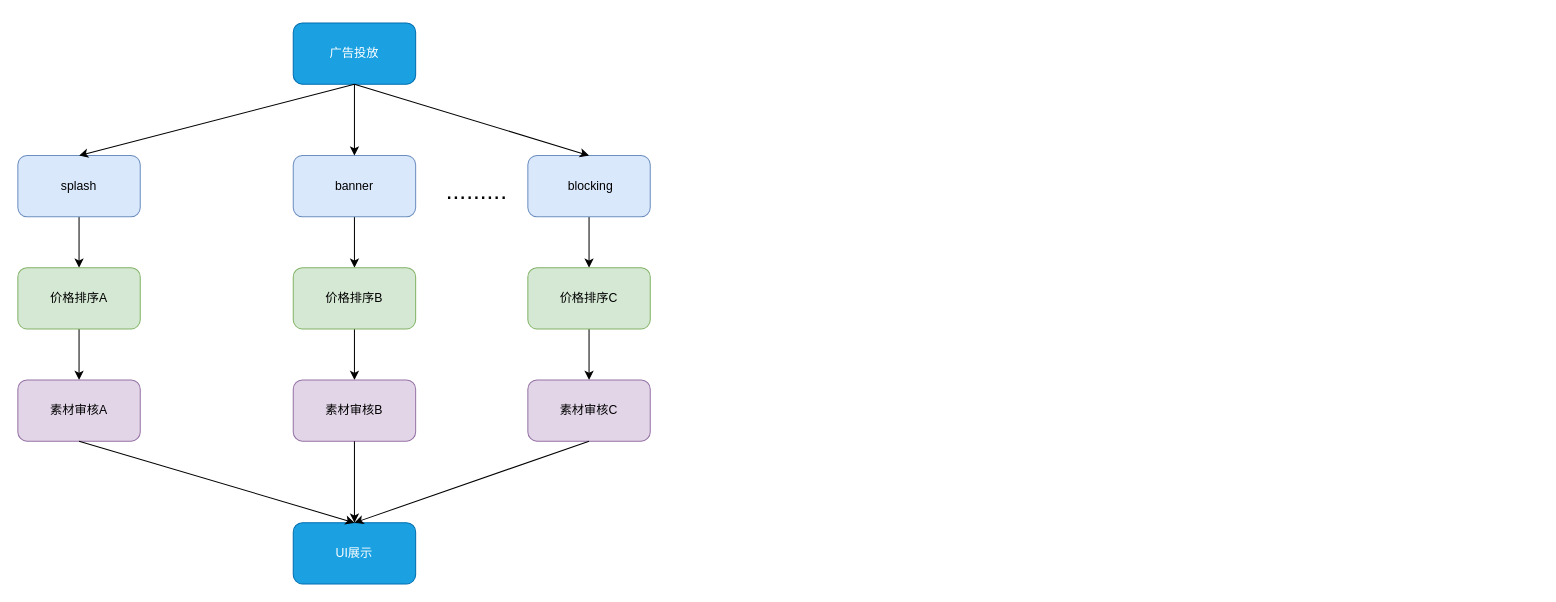
The draw.io diagram moji/商业化竞价核心逻辑.drawio in HengqianSong/drawIO, before the edit. Source tidied: cells renumbered, new cells numbered last; positions are measured from the earlier drawing's top-left corner, leaving out a move shared by most shapes. Both pictures are drawn from the tidied source at 102%, with x=0, y=0 at pixel (17, 22).
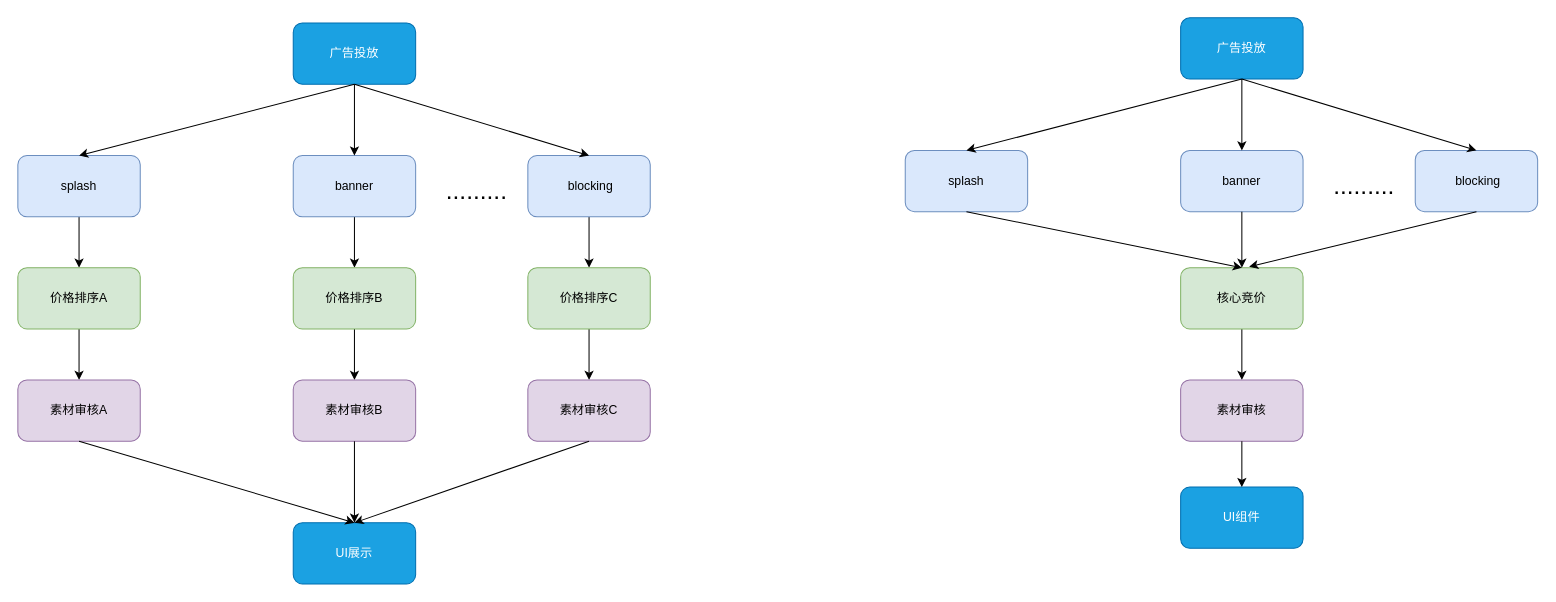
Above is the later version.

Commit message:
更新商业化竞价核心逻辑.drawio

Change to the diagram source:
```diff
@@
+    <mxCell id="26" value="广告投放" style="rounded=1;whiteSpace=wrap;html=1;fillColor=#1ba1e2;fontColor=#ffffff;strokeColor=#006EAF;" parent="1" vertex="1">
+      <mxGeometry x="1140" y="-5" width="120" height="60" as="geometry" />
+    </mxCell>
+    <mxCell id="27" value="splash" style="rounded=1;whiteSpace=wrap;html=1;fillColor=#dae8fc;strokeColor=#6c8ebf;" parent="1" vertex="1">
+      <mxGeometry x="870" y="125" width="120" height="60" as="geometry" />
+    </mxCell>
+    <mxCell id="28" value="banner" style="rounded=1;whiteSpace=wrap;html=1;fillColor=#dae8fc;strokeColor=#6c8ebf;" parent="1" vertex="1">
+      <mxGeometry x="1140" y="125" width="120" height="60" as="geometry" />
+    </mxCell>
+    <mxCell id="29" value="&amp;nbsp;blocking" style="rounded=1;whiteSpace=wrap;html=1;fillColor=#dae8fc;strokeColor=#6c8ebf;" parent="1" vertex="1">
+      <mxGeometry x="1370" y="125" width="120" height="60" as="geometry" />
+    </mxCell>
+    <mxCell id="30" style="endArrow=classic;html=1;rounded=0;exitX=0.5;exitY=1;exitDx=0;exitDy=0;entryX=0.5;entryY=0;entryDx=0;entryDy=0;" parent="1" edge="1" source="26" target="27">
+      <mxGeometry relative="1" as="geometry" />
+    </mxCell>
+    <mxCell id="31" style="endArrow=classic;html=1;rounded=0;exitX=0.5;exitY=1;exitDx=0;exitDy=0;" parent="1" edge="1" source="26" target="28">
+      <mxGeometry relative="1" as="geometry" />
+    </mxCell>
+    <mxCell id="32" style="endArrow=classic;html=1;rounded=0;entryX=0.5;entryY=0;entryDx=0;entryDy=0;exitX=0.5;exitY=1;exitDx=0;exitDy=0;" parent="1" edge="1" source="26" target="29">
+      <mxGeometry relative="1" as="geometry" />
+    </mxCell>
+    <mxCell id="33" value="&lt;font style=&quot;font-size: 24px;&quot;&gt;.........&lt;/font&gt;" style="text;html=1;align=center;verticalAlign=middle;whiteSpace=wrap;rounded=0;" parent="1" vertex="1">
+      <mxGeometry x="1290" y="145" width="60" height="30" as="geometry" />
+    </mxCell>
+    <mxCell id="34" style="edgeStyle=orthogonalEdgeStyle;rounded=0;jettySize=auto;html=1;" parent="1" edge="1" source="35" target="36">
+      <mxGeometry relative="1" as="geometry" />
+    </mxCell>
+    <mxCell id="35" value="核心竞价" style="rounded=1;whiteSpace=wrap;html=1;fillColor=#d5e8d4;strokeColor=#82b366;" parent="1" vertex="1">
+      <mxGeometry x="1140" y="240" width="120" height="60" as="geometry" />
+    </mxCell>
+    <mxCell id="36" value="素材审核" style="rounded=1;whiteSpace=wrap;html=1;fillColor=#e1d5e7;strokeColor=#9673a6;" parent="1" vertex="1">
+      <mxGeometry x="1140" y="350" width="120" height="60" as="geometry" />
+    </mxCell>
+    <mxCell id="37" value="UI组件" style="rounded=1;whiteSpace=wrap;html=1;fillColor=#1ba1e2;strokeColor=#006EAF;fontColor=#ffffff;" parent="1" vertex="1">
+      <mxGeometry x="1140" y="455" width="120" height="60" as="geometry" />
+    </mxCell>
+    <mxCell id="38" style="endArrow=classic;html=1;rounded=0;exitX=0.5;exitY=1;exitDx=0;exitDy=0;entryX=0.5;entryY=0;entryDx=0;entryDy=0;" parent="1" edge="1" source="36" target="37">
+      <mxGeometry relative="1" as="geometry" />
+    </mxCell>
+    <mxCell id="39" style="endArrow=classic;html=1;rounded=0;exitX=0.5;exitY=1;exitDx=0;exitDy=0;" parent="1" edge="1" source="27">
+      <mxGeometry relative="1" as="geometry">
+        <mxPoint x="1200" y="240" as="targetPoint" />
+      </mxGeometry>
+    </mxCell>
+    <mxCell id="40" style="endArrow=classic;html=1;rounded=0;exitX=0.5;exitY=1;exitDx=0;exitDy=0;entryX=0.5;entryY=0;entryDx=0;entryDy=0;" parent="1" edge="1" source="28" target="35">
+      <mxGeometry relative="1" as="geometry" />
+    </mxCell>
+    <mxCell id="41" style="endArrow=classic;html=1;rounded=0;exitX=0.5;exitY=1;exitDx=0;exitDy=0;entryX=0.56;entryY=-0.017;entryDx=0;entryDy=0;entryPerimeter=0;" parent="1" edge="1" source="29" target="35">
+      <mxGeometry relative="1" as="geometry" />
+    </mxCell>
```
